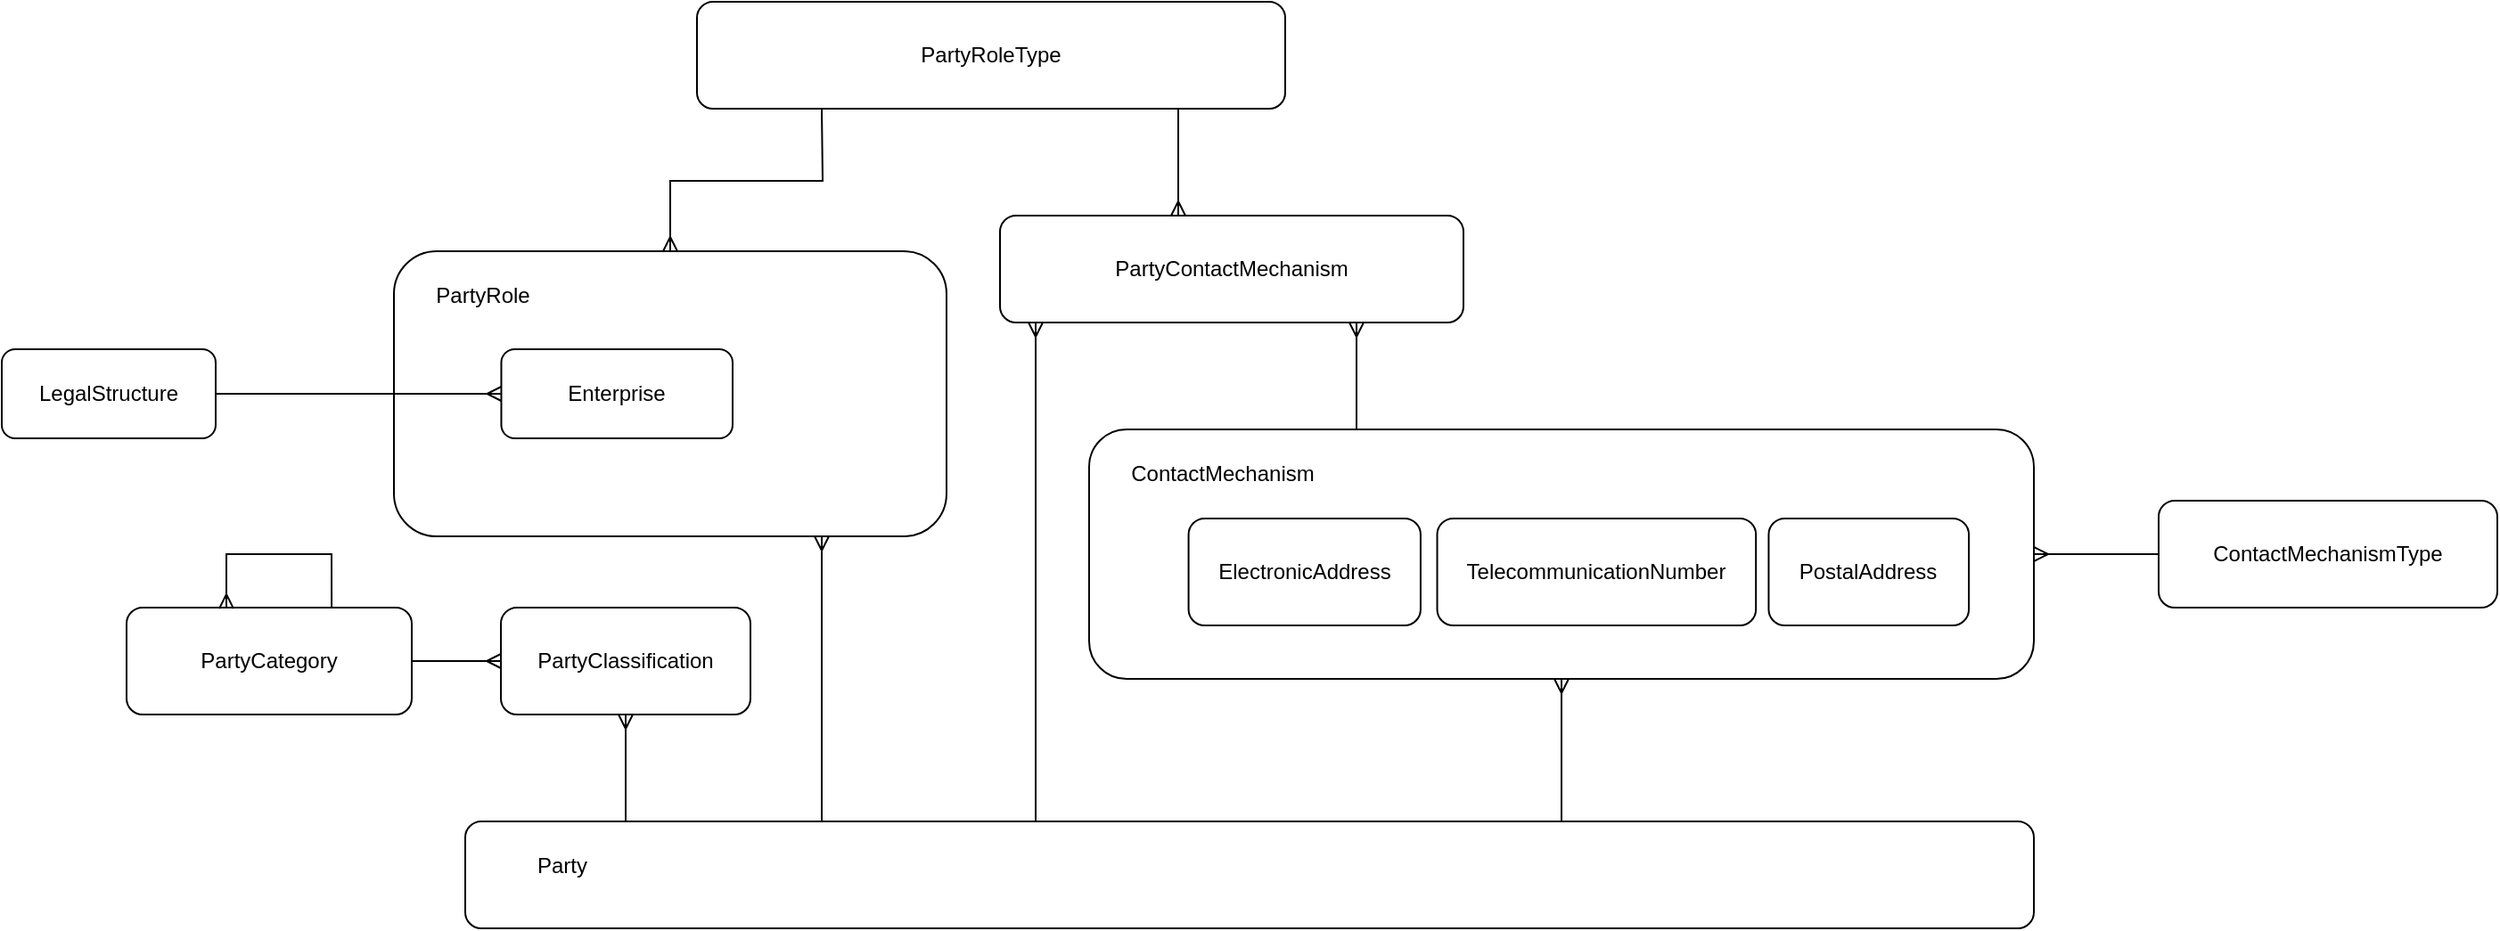
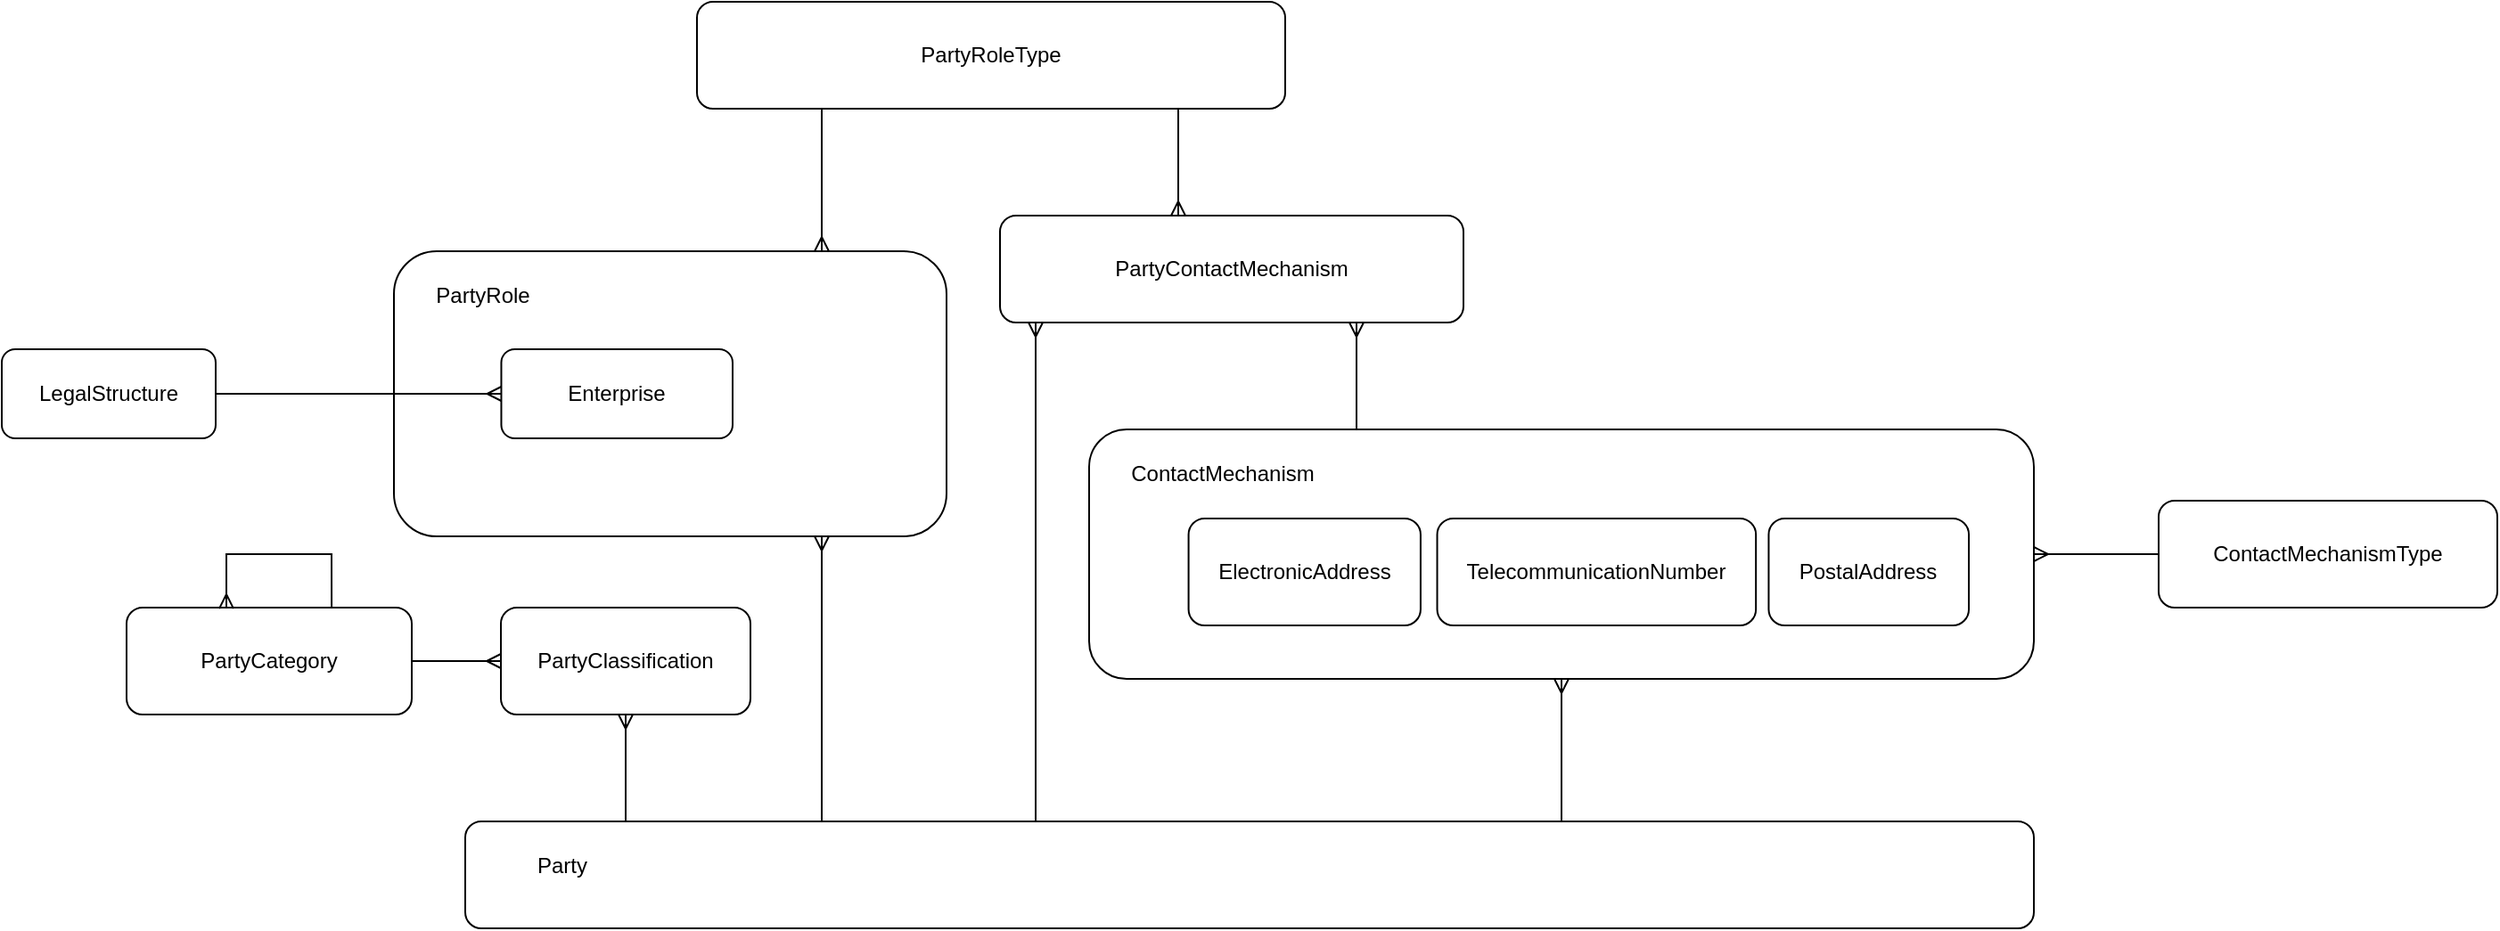
<mxfile host="app.diagrams.net" agent="Mozilla/5.0 (Windows NT 10.0; Win64; x64) AppleWebKit/537.36 (KHTML, like Gecko) Chrome/141.0.0.0 Safari/537.36" version="28.2.9">
  <diagram name="Page-1" id="d0nJ6Fx9cUZLMqGtfM0H">
    <mxGraphModel dx="2076" dy="1832" grid="1" gridSize="10" guides="1" tooltips="1" connect="1" arrows="1" fold="1" page="1" pageScale="1" pageWidth="850" pageHeight="1100" math="0" shadow="0">
      <root>
        <mxCell id="0" />
        <mxCell id="1" parent="0" />
        <mxCell id="tdPrWEJd15tEannaNgth-4" style="edgeStyle=orthogonalEdgeStyle;rounded=0;orthogonalLoop=1;jettySize=auto;html=1;startArrow=ERmany;startFill=0;endArrow=none;endFill=0;" edge="1" parent="1" source="tdPrWEJd15tEannaNgth-2" target="tdPrWEJd15tEannaNgth-3">
          <mxGeometry relative="1" as="geometry" />
        </mxCell>
        <mxCell id="tdPrWEJd15tEannaNgth-3" value="ContactMechanismType" style="rounded=1;whiteSpace=wrap;html=1;" vertex="1" parent="1">
          <mxGeometry x="600" y="230" width="190" height="60" as="geometry" />
        </mxCell>
        <mxCell id="tdPrWEJd15tEannaNgth-13" value="PartyRoleType" style="rounded=1;whiteSpace=wrap;html=1;" vertex="1" parent="1">
          <mxGeometry x="-220" y="-50" width="330" height="60" as="geometry" />
        </mxCell>
        <mxCell id="tdPrWEJd15tEannaNgth-14" style="edgeStyle=orthogonalEdgeStyle;rounded=0;orthogonalLoop=1;jettySize=auto;html=1;startArrow=ERmany;startFill=0;endArrow=none;endFill=0;" edge="1" parent="1" source="tdPrWEJd15tEannaNgth-15" target="tdPrWEJd15tEannaNgth-13">
          <mxGeometry relative="1" as="geometry">
            <mxPoint x="730" y="420" as="sourcePoint" />
            <mxPoint x="730" y="340" as="targetPoint" />
            <Array as="points">
              <mxPoint x="50" y="20" />
              <mxPoint x="50" y="20" />
            </Array>
          </mxGeometry>
        </mxCell>
        <mxCell id="tdPrWEJd15tEannaNgth-15" value="PartyContactMechanism" style="rounded=1;whiteSpace=wrap;html=1;" vertex="1" parent="1">
          <mxGeometry x="-50" y="70" width="260" height="60" as="geometry" />
        </mxCell>
        <mxCell id="tdPrWEJd15tEannaNgth-18" style="edgeStyle=orthogonalEdgeStyle;rounded=0;orthogonalLoop=1;jettySize=auto;html=1;startArrow=ERmany;startFill=0;endArrow=none;endFill=0;" edge="1" parent="1">
          <mxGeometry relative="1" as="geometry">
            <mxPoint x="-30.00117647058829" y="130" as="sourcePoint" />
            <mxPoint x="-30.00117647058829" y="410" as="targetPoint" />
            <Array as="points">
              <mxPoint x="-30.060000000000002" y="300" />
              <mxPoint x="-30.060000000000002" y="300" />
            </Array>
          </mxGeometry>
        </mxCell>
        <mxCell id="tdPrWEJd15tEannaNgth-19" value="" style="group" vertex="1" connectable="0" parent="1">
          <mxGeometry y="190" width="530" height="140" as="geometry" />
        </mxCell>
        <mxCell id="tdPrWEJd15tEannaNgth-2" value="" style="rounded=1;whiteSpace=wrap;html=1;" vertex="1" parent="tdPrWEJd15tEannaNgth-19">
          <mxGeometry width="530" height="140" as="geometry" />
        </mxCell>
        <mxCell id="tdPrWEJd15tEannaNgth-5" value="ElectronicAddress" style="rounded=1;whiteSpace=wrap;html=1;" vertex="1" parent="tdPrWEJd15tEannaNgth-19">
          <mxGeometry x="55.78947368421052" y="50" width="130.17543859649123" height="60" as="geometry" />
        </mxCell>
        <mxCell id="tdPrWEJd15tEannaNgth-6" value="TelecommunicationNumber" style="rounded=1;whiteSpace=wrap;html=1;" vertex="1" parent="tdPrWEJd15tEannaNgth-19">
          <mxGeometry x="195.26315789473682" y="50" width="178.81456140350878" height="60" as="geometry" />
        </mxCell>
        <mxCell id="tdPrWEJd15tEannaNgth-7" value="ContactMechanism" style="text;html=1;whiteSpace=wrap;strokeColor=none;fillColor=none;align=center;verticalAlign=middle;rounded=0;" vertex="1" parent="tdPrWEJd15tEannaNgth-19">
          <mxGeometry x="27.896882591093107" y="10" width="94.41295546558705" height="30" as="geometry" />
        </mxCell>
        <mxCell id="tdPrWEJd15tEannaNgth-8" value="PostalAddress" style="rounded=1;whiteSpace=wrap;html=1;" vertex="1" parent="tdPrWEJd15tEannaNgth-19">
          <mxGeometry x="381.2280701754386" y="50" width="112.29491228070175" height="60" as="geometry" />
        </mxCell>
        <mxCell id="tdPrWEJd15tEannaNgth-20" style="edgeStyle=orthogonalEdgeStyle;rounded=0;orthogonalLoop=1;jettySize=auto;html=1;startArrow=ERmany;startFill=0;endArrow=none;endFill=0;" edge="1" parent="1" source="tdPrWEJd15tEannaNgth-15" target="tdPrWEJd15tEannaNgth-2">
          <mxGeometry relative="1" as="geometry">
            <mxPoint x="370" y="120" as="sourcePoint" />
            <mxPoint x="370" y="430" as="targetPoint" />
            <Array as="points">
              <mxPoint x="150" y="160" />
              <mxPoint x="150" y="160" />
            </Array>
          </mxGeometry>
        </mxCell>
        <mxCell id="tdPrWEJd15tEannaNgth-21" style="edgeStyle=orthogonalEdgeStyle;rounded=0;orthogonalLoop=1;jettySize=auto;html=1;startArrow=ERmany;startFill=0;endArrow=none;endFill=0;" edge="1" parent="1" source="tdPrWEJd15tEannaNgth-2" target="tdPrWEJd15tEannaNgth-1">
          <mxGeometry relative="1" as="geometry">
            <mxPoint x="240" y="400" as="sourcePoint" />
            <mxPoint x="240" y="470" as="targetPoint" />
            <Array as="points">
              <mxPoint x="305" y="420" />
              <mxPoint x="305" y="420" />
            </Array>
          </mxGeometry>
        </mxCell>
        <mxCell id="tdPrWEJd15tEannaNgth-22" value="LegalStructure" style="rounded=1;whiteSpace=wrap;html=1;" vertex="1" parent="1">
          <mxGeometry x="-610" y="145" width="120" height="50" as="geometry" />
        </mxCell>
        <mxCell id="tdPrWEJd15tEannaNgth-27" value="PartyClassification" style="rounded=1;whiteSpace=wrap;html=1;" vertex="1" parent="1">
          <mxGeometry x="-330" y="290" width="140" height="60" as="geometry" />
        </mxCell>
        <mxCell id="tdPrWEJd15tEannaNgth-28" value="PartyCategory" style="rounded=1;whiteSpace=wrap;html=1;" vertex="1" parent="1">
          <mxGeometry x="-540" y="290" width="160" height="60" as="geometry" />
        </mxCell>
        <mxCell id="tdPrWEJd15tEannaNgth-31" style="edgeStyle=orthogonalEdgeStyle;rounded=0;orthogonalLoop=1;jettySize=auto;html=1;startArrow=ERmany;startFill=0;endArrow=none;endFill=0;" edge="1" parent="1" source="tdPrWEJd15tEannaNgth-27" target="tdPrWEJd15tEannaNgth-1">
          <mxGeometry relative="1" as="geometry">
            <mxPoint x="-260" y="180" as="sourcePoint" />
            <mxPoint x="-260" y="250" as="targetPoint" />
            <Array as="points">
              <mxPoint x="-260" y="370" />
              <mxPoint x="-260" y="370" />
            </Array>
          </mxGeometry>
        </mxCell>
        <mxCell id="tdPrWEJd15tEannaNgth-32" style="edgeStyle=orthogonalEdgeStyle;rounded=0;orthogonalLoop=1;jettySize=auto;html=1;startArrow=ERmany;startFill=0;endArrow=none;endFill=0;" edge="1" parent="1" source="tdPrWEJd15tEannaNgth-27" target="tdPrWEJd15tEannaNgth-28">
          <mxGeometry relative="1" as="geometry">
            <mxPoint x="-230" y="200" as="sourcePoint" />
            <mxPoint x="-230" y="270" as="targetPoint" />
            <Array as="points" />
          </mxGeometry>
        </mxCell>
        <mxCell id="tdPrWEJd15tEannaNgth-33" style="edgeStyle=orthogonalEdgeStyle;rounded=0;orthogonalLoop=1;jettySize=auto;html=1;startArrow=ERmany;startFill=0;endArrow=none;endFill=0;exitX=0.35;exitY=0.009;exitDx=0;exitDy=0;exitPerimeter=0;entryX=0.719;entryY=0;entryDx=0;entryDy=0;entryPerimeter=0;" edge="1" parent="1" source="tdPrWEJd15tEannaNgth-28" target="tdPrWEJd15tEannaNgth-28">
          <mxGeometry relative="1" as="geometry">
            <mxPoint x="-485" y="280" as="sourcePoint" />
            <mxPoint x="-425" y="280" as="targetPoint" />
            <Array as="points">
              <mxPoint x="-484" y="260" />
              <mxPoint x="-425" y="260" />
            </Array>
          </mxGeometry>
        </mxCell>
        <mxCell id="tdPrWEJd15tEannaNgth-35" value="" style="rounded=1;whiteSpace=wrap;html=1;" vertex="1" parent="1">
          <mxGeometry x="-390" y="90" width="310" height="160" as="geometry" />
        </mxCell>
        <mxCell id="tdPrWEJd15tEannaNgth-37" style="edgeStyle=orthogonalEdgeStyle;rounded=0;orthogonalLoop=1;jettySize=auto;html=1;startArrow=ERmany;startFill=0;endArrow=none;endFill=0;" edge="1" parent="1" source="tdPrWEJd15tEannaNgth-35" target="tdPrWEJd15tEannaNgth-1">
          <mxGeometry relative="1" as="geometry">
            <mxPoint x="-130" y="350" as="sourcePoint" />
            <mxPoint x="-130" y="420" as="targetPoint" />
            <Array as="points">
              <mxPoint x="-150" y="260" />
              <mxPoint x="-150" y="260" />
            </Array>
          </mxGeometry>
        </mxCell>
        <mxCell id="tdPrWEJd15tEannaNgth-38" style="edgeStyle=orthogonalEdgeStyle;rounded=0;orthogonalLoop=1;jettySize=auto;html=1;startArrow=ERmany;startFill=0;endArrow=none;endFill=0;" edge="1" parent="1" source="tdPrWEJd15tEannaNgth-35">
          <mxGeometry relative="1" as="geometry">
            <mxPoint x="-150" y="160" as="sourcePoint" />
            <mxPoint x="-150" y="10" as="targetPoint" />
-             <Array as="points" />
+             <Array as="points">
+               <mxPoint x="-150" y="70" />
+               <mxPoint x="-150" y="70" />
+             </Array>
          </mxGeometry>
        </mxCell>
        <mxCell id="tdPrWEJd15tEannaNgth-1" value="" style="rounded=1;whiteSpace=wrap;html=1;" vertex="1" parent="1">
          <mxGeometry x="-350" y="410" width="880" height="60" as="geometry" />
        </mxCell>
        <mxCell id="tdPrWEJd15tEannaNgth-9" value="Party" style="text;html=1;whiteSpace=wrap;strokeColor=none;fillColor=none;align=center;verticalAlign=middle;rounded=0;" vertex="1" parent="1">
          <mxGeometry x="-336.46153846153845" y="420" width="81.23076923076923" height="30" as="geometry" />
        </mxCell>
        <mxCell id="tdPrWEJd15tEannaNgth-17" value="Enterprise" style="rounded=1;whiteSpace=wrap;html=1;" vertex="1" parent="1">
          <mxGeometry x="-329.77" y="145" width="129.77" height="50" as="geometry" />
        </mxCell>
        <mxCell id="tdPrWEJd15tEannaNgth-40" value="PartyRole" style="text;html=1;whiteSpace=wrap;strokeColor=none;fillColor=none;align=center;verticalAlign=middle;rounded=0;" vertex="1" parent="1">
          <mxGeometry x="-370" y="100" width="60" height="30" as="geometry" />
        </mxCell>
        <mxCell id="tdPrWEJd15tEannaNgth-42" style="edgeStyle=orthogonalEdgeStyle;rounded=0;orthogonalLoop=1;jettySize=auto;html=1;startArrow=ERmany;startFill=0;endArrow=none;endFill=0;" edge="1" parent="1" source="tdPrWEJd15tEannaNgth-17" target="tdPrWEJd15tEannaNgth-22">
          <mxGeometry relative="1" as="geometry">
            <mxPoint x="-90" y="310" as="sourcePoint" />
            <mxPoint x="-90" y="470" as="targetPoint" />
            <Array as="points" />
          </mxGeometry>
        </mxCell>
      </root>
    </mxGraphModel>
  </diagram>
</mxfile>
